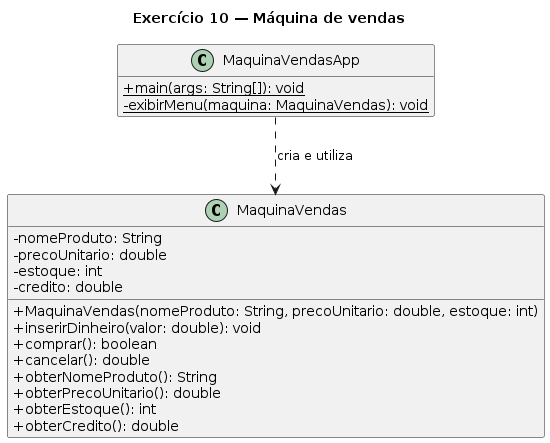
MadrugaPedro/poo keeps this PlantUML diagram as classroom/03-classes/doc/classes/10-maquina-vendas.png. Above is the earlier version. Its diagram source:
```plantuml
@startuml
title Exercício 10 — Máquina de vendas
skinparam classAttributeIconSize 0
hide empty members

class MaquinaVendas {
  - nomeProduto: String
  - precoUnitario: double
  - estoque: int
  - credito: double
  + MaquinaVendas(nomeProduto: String, precoUnitario: double, estoque: int)
  + inserirDinheiro(valor: double): void
  + comprar(): boolean
  + cancelar(): double
  + obterNomeProduto(): String
  + obterPrecoUnitario(): double
  + obterEstoque(): int
  + obterCredito(): double
}

class MaquinaVendasApp {
  + {static} main(args: String[]): void
  - {static} exibirMenu(maquina: MaquinaVendas): void
}

MaquinaVendasApp ..> MaquinaVendas : cria e utiliza
@enduml
```
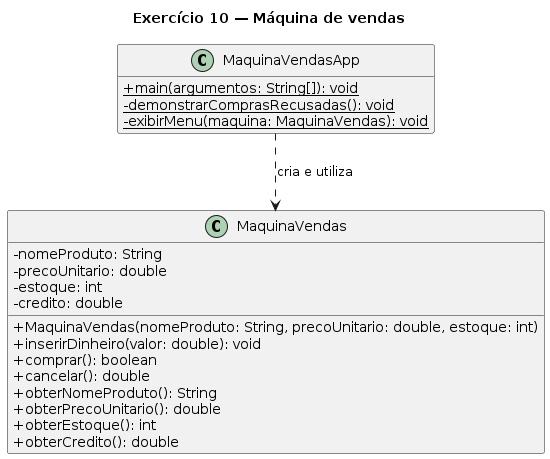
After the commit.

Change to the diagram source:
```diff
@@ -19,7 +19,8 @@
 }
 
 class MaquinaVendasApp {
-  + {static} main(args: String[]): void
+  + {static} main(argumentos: String[]): void
+  - {static} demonstrarComprasRecusadas(): void
   - {static} exibirMenu(maquina: MaquinaVendas): void
 }
 
```
